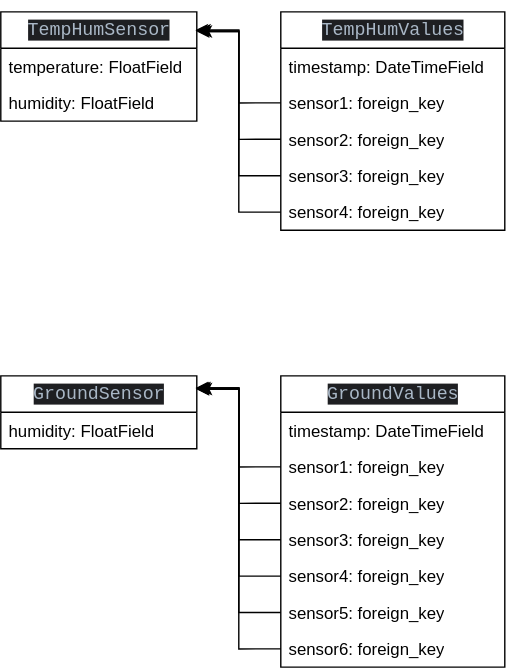
DmitrovskyTeam/clever_farm keeps this draw.io diagram as db_api/db_structure.svg. Above is the earlier version. Source tidied: cells renumbered, new cells last; positions are measured from the earlier drawing's top-left corner, leaving out a move shared by most shapes. The source it was exported from:
```xml
<mxGraphModel>
  <root>
    <mxCell id="0" />
    <mxCell id="1" parent="0" />
    <mxCell id="2" value="&lt;div style=&quot;background-color:#1e1f22;color:#a9b7c6;font-family:'JetBrains Mono',monospace;font-size:9.8pt;&quot;&gt;&lt;pre&gt;&lt;div style=&quot;font-family: &amp;quot;JetBrains Mono&amp;quot;, monospace; font-size: 9.8pt;&quot;&gt;&lt;pre&gt;TempHumSensor&lt;/pre&gt;&lt;/div&gt;&lt;/pre&gt;&lt;/div&gt;" style="swimlane;fontStyle=0;horizontal=1;startSize=26;fillColor=none;html=1;" parent="1" vertex="1">
      <mxGeometry width="140" height="78" as="geometry" />
    </mxCell>
    <mxCell id="3" value="temperature: FloatField" style="text;strokeColor=none;fillColor=none;align=left;verticalAlign=top;spacingLeft=4;spacingRight=4;overflow=hidden;whiteSpace=wrap;html=1;" parent="2" vertex="1">
      <mxGeometry y="26" width="140" height="26" as="geometry" />
    </mxCell>
    <mxCell id="4" value="humidity: FloatField" style="text;strokeColor=none;fillColor=none;align=left;verticalAlign=top;spacingLeft=4;spacingRight=4;overflow=hidden;whiteSpace=wrap;html=1;" parent="2" vertex="1">
      <mxGeometry y="52" width="140" height="26" as="geometry" />
    </mxCell>
    <mxCell id="5" value="&lt;div style=&quot;background-color:#1e1f22;color:#a9b7c6;font-family:'JetBrains Mono',monospace;font-size:9.8pt;&quot;&gt;&lt;pre&gt;TempHumValues&lt;/pre&gt;&lt;/div&gt;" style="swimlane;fontStyle=0;horizontal=1;startSize=26;fillColor=none;html=1;" parent="1" vertex="1">
      <mxGeometry x="200" width="160" height="156" as="geometry" />
    </mxCell>
    <mxCell id="6" value="timestamp: DateTimeField" style="text;strokeColor=none;fillColor=none;align=left;verticalAlign=top;spacingLeft=4;spacingRight=4;overflow=hidden;whiteSpace=wrap;html=1;" parent="5" vertex="1">
      <mxGeometry y="26" width="160" height="26" as="geometry" />
    </mxCell>
    <mxCell id="7" value="sensor1: foreign_key" style="text;strokeColor=none;fillColor=none;align=left;verticalAlign=top;spacingLeft=4;spacingRight=4;overflow=hidden;points=[[0,0.5],[1,0.5]];portConstraint=eastwest;whiteSpace=wrap;html=1;" parent="5" vertex="1">
      <mxGeometry y="52" width="160" height="26" as="geometry" />
    </mxCell>
    <mxCell id="8" value="sensor2: foreign_key" style="text;strokeColor=none;fillColor=none;align=left;verticalAlign=top;spacingLeft=4;spacingRight=4;overflow=hidden;points=[[0,0.5],[1,0.5]];portConstraint=eastwest;whiteSpace=wrap;html=1;" parent="5" vertex="1">
      <mxGeometry y="78" width="160" height="26" as="geometry" />
    </mxCell>
    <mxCell id="9" value="sensor3: foreign_key" style="text;strokeColor=none;fillColor=none;align=left;verticalAlign=top;spacingLeft=4;spacingRight=4;overflow=hidden;points=[[0,0.5],[1,0.5]];portConstraint=eastwest;whiteSpace=wrap;html=1;" parent="5" vertex="1">
      <mxGeometry y="104" width="160" height="26" as="geometry" />
    </mxCell>
    <mxCell id="10" value="sensor4: foreign_key" style="text;strokeColor=none;fillColor=none;align=left;verticalAlign=top;spacingLeft=4;spacingRight=4;overflow=hidden;points=[[0,0.5],[1,0.5]];portConstraint=eastwest;whiteSpace=wrap;html=1;" parent="5" vertex="1">
      <mxGeometry y="130" width="160" height="26" as="geometry" />
    </mxCell>
    <mxCell id="11" style="edgeStyle=orthogonalEdgeStyle;rounded=0;jettySize=auto;html=1;exitX=0;exitY=0.5;exitDx=0;exitDy=0;entryX=1.014;entryY=0.179;entryDx=0;entryDy=0;entryPerimeter=0;" parent="1" edge="1" source="7" target="2">
      <mxGeometry relative="1" as="geometry" />
    </mxCell>
    <mxCell id="12" style="edgeStyle=orthogonalEdgeStyle;rounded=0;jettySize=auto;html=1;exitX=0;exitY=0.5;exitDx=0;exitDy=0;entryX=1.007;entryY=0.167;entryDx=0;entryDy=0;entryPerimeter=0;" parent="1" edge="1" source="8" target="2">
      <mxGeometry relative="1" as="geometry" />
    </mxCell>
    <mxCell id="13" style="edgeStyle=orthogonalEdgeStyle;rounded=0;jettySize=auto;html=1;exitX=0;exitY=0.5;exitDx=0;exitDy=0;entryX=1;entryY=0.179;entryDx=0;entryDy=0;entryPerimeter=0;" parent="1" edge="1" source="9" target="2">
      <mxGeometry relative="1" as="geometry" />
    </mxCell>
    <mxCell id="14" style="edgeStyle=orthogonalEdgeStyle;rounded=0;jettySize=auto;html=1;exitX=0;exitY=0.5;exitDx=0;exitDy=0;entryX=0.993;entryY=0.167;entryDx=0;entryDy=0;entryPerimeter=0;" parent="1" edge="1" source="10" target="2">
      <mxGeometry relative="1" as="geometry" />
    </mxCell>
    <mxCell id="15" value="&lt;div style=&quot;background-color:#1e1f22;color:#a9b7c6;font-family:'JetBrains Mono',monospace;font-size:9.8pt;&quot;&gt;&lt;pre&gt;&lt;div style=&quot;font-family: &amp;quot;JetBrains Mono&amp;quot;, monospace; font-size: 9.8pt;&quot;&gt;&lt;pre&gt;&lt;div style=&quot;font-family: &amp;quot;JetBrains Mono&amp;quot;, monospace; font-size: 9.8pt;&quot;&gt;&lt;pre&gt;GroundSensor&lt;/pre&gt;&lt;/div&gt;&lt;/pre&gt;&lt;/div&gt;&lt;/pre&gt;&lt;/div&gt;" style="swimlane;fontStyle=0;horizontal=1;startSize=26;fillColor=none;html=1;" parent="1" vertex="1">
      <mxGeometry y="260" width="140" height="52" as="geometry" />
    </mxCell>
    <mxCell id="16" value="humidity: FloatField" style="text;strokeColor=none;fillColor=none;align=left;verticalAlign=top;spacingLeft=4;spacingRight=4;overflow=hidden;whiteSpace=wrap;html=1;" parent="15" vertex="1">
      <mxGeometry y="26" width="140" height="26" as="geometry" />
    </mxCell>
    <mxCell id="17" value="&lt;div style=&quot;background-color:#1e1f22;color:#a9b7c6;font-family:'JetBrains Mono',monospace;font-size:9.8pt;&quot;&gt;&lt;pre&gt;&lt;div style=&quot;font-family: &amp;quot;JetBrains Mono&amp;quot;, monospace; font-size: 9.8pt;&quot;&gt;&lt;pre&gt;GroundValues&lt;/pre&gt;&lt;/div&gt;&lt;/pre&gt;&lt;/div&gt;" style="swimlane;fontStyle=0;horizontal=1;startSize=26;fillColor=none;html=1;" parent="1" vertex="1">
      <mxGeometry x="200" y="260" width="160" height="208" as="geometry" />
    </mxCell>
    <mxCell id="18" value="timestamp: DateTimeField" style="text;strokeColor=none;fillColor=none;align=left;verticalAlign=top;spacingLeft=4;spacingRight=4;overflow=hidden;whiteSpace=wrap;html=1;" parent="17" vertex="1">
      <mxGeometry y="26" width="160" height="26" as="geometry" />
    </mxCell>
    <mxCell id="19" value="sensor1: foreign_key" style="text;strokeColor=none;fillColor=none;align=left;verticalAlign=top;spacingLeft=4;spacingRight=4;overflow=hidden;points=[[0,0.5],[1,0.5]];portConstraint=eastwest;whiteSpace=wrap;html=1;" parent="17" vertex="1">
      <mxGeometry y="52" width="160" height="26" as="geometry" />
    </mxCell>
    <mxCell id="20" value="sensor2: foreign_key" style="text;strokeColor=none;fillColor=none;align=left;verticalAlign=top;spacingLeft=4;spacingRight=4;overflow=hidden;points=[[0,0.5],[1,0.5]];portConstraint=eastwest;whiteSpace=wrap;html=1;" parent="17" vertex="1">
      <mxGeometry y="78" width="160" height="26" as="geometry" />
    </mxCell>
    <mxCell id="21" value="sensor3: foreign_key" style="text;strokeColor=none;fillColor=none;align=left;verticalAlign=top;spacingLeft=4;spacingRight=4;overflow=hidden;points=[[0,0.5],[1,0.5]];portConstraint=eastwest;whiteSpace=wrap;html=1;" parent="17" vertex="1">
      <mxGeometry y="104" width="160" height="26" as="geometry" />
    </mxCell>
    <mxCell id="22" value="sensor4: foreign_key" style="text;strokeColor=none;fillColor=none;align=left;verticalAlign=top;spacingLeft=4;spacingRight=4;overflow=hidden;points=[[0,0.5],[1,0.5]];portConstraint=eastwest;whiteSpace=wrap;html=1;" parent="17" vertex="1">
      <mxGeometry y="130" width="160" height="26" as="geometry" />
    </mxCell>
    <mxCell id="23" value="sensor5: foreign_key" style="text;strokeColor=none;fillColor=none;align=left;verticalAlign=top;spacingLeft=4;spacingRight=4;overflow=hidden;points=[[0,0.5],[1,0.5]];portConstraint=eastwest;whiteSpace=wrap;html=1;" parent="17" vertex="1">
      <mxGeometry y="156" width="160" height="26" as="geometry" />
    </mxCell>
    <mxCell id="24" value="sensor6: foreign_key" style="text;strokeColor=none;fillColor=none;align=left;verticalAlign=top;spacingLeft=4;spacingRight=4;overflow=hidden;points=[[0,0.5],[1,0.5]];portConstraint=eastwest;whiteSpace=wrap;html=1;" parent="17" vertex="1">
      <mxGeometry y="182" width="160" height="26" as="geometry" />
    </mxCell>
    <mxCell id="25" style="edgeStyle=orthogonalEdgeStyle;rounded=0;jettySize=auto;html=1;exitX=0;exitY=0.5;exitDx=0;exitDy=0;entryX=1.014;entryY=0.179;entryDx=0;entryDy=0;entryPerimeter=0;" parent="1" edge="1" source="19" target="15">
      <mxGeometry relative="1" as="geometry" />
    </mxCell>
    <mxCell id="26" style="edgeStyle=orthogonalEdgeStyle;rounded=0;jettySize=auto;html=1;exitX=0;exitY=0.5;exitDx=0;exitDy=0;entryX=1.007;entryY=0.167;entryDx=0;entryDy=0;entryPerimeter=0;" parent="1" edge="1" source="20" target="15">
      <mxGeometry relative="1" as="geometry" />
    </mxCell>
    <mxCell id="27" style="edgeStyle=orthogonalEdgeStyle;rounded=0;jettySize=auto;html=1;exitX=0;exitY=0.5;exitDx=0;exitDy=0;entryX=1;entryY=0.179;entryDx=0;entryDy=0;entryPerimeter=0;" parent="1" edge="1" source="21" target="15">
      <mxGeometry relative="1" as="geometry" />
    </mxCell>
    <mxCell id="28" style="edgeStyle=orthogonalEdgeStyle;rounded=0;jettySize=auto;html=1;exitX=0;exitY=0.5;exitDx=0;exitDy=0;entryX=0.993;entryY=0.167;entryDx=0;entryDy=0;entryPerimeter=0;" parent="1" edge="1" source="22" target="15">
      <mxGeometry relative="1" as="geometry" />
    </mxCell>
    <mxCell id="29" style="edgeStyle=orthogonalEdgeStyle;rounded=0;jettySize=auto;html=1;exitX=0;exitY=0.5;exitDx=0;exitDy=0;entryX=0.998;entryY=0.184;entryDx=0;entryDy=0;entryPerimeter=0;" parent="1" edge="1" source="23" target="15">
      <mxGeometry relative="1" as="geometry" />
    </mxCell>
    <mxCell id="30" style="edgeStyle=orthogonalEdgeStyle;rounded=0;jettySize=auto;html=1;exitX=0;exitY=0.5;exitDx=0;exitDy=0;entryX=0.998;entryY=0.168;entryDx=0;entryDy=0;entryPerimeter=0;" parent="1" edge="1" source="24" target="15">
      <mxGeometry relative="1" as="geometry" />
    </mxCell>
  </root>
</mxGraphModel>
```
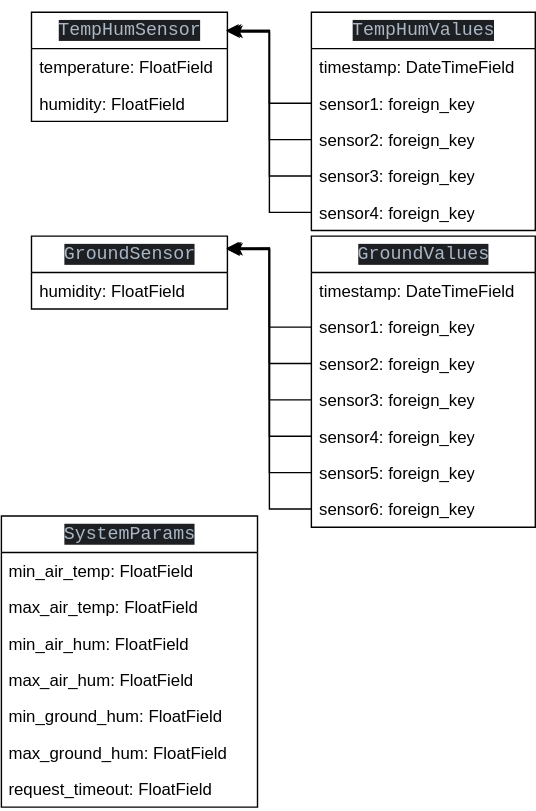
After the commit.

The edit, as a diff of the source:
```diff
@@ -3,7 +3,7 @@
     <mxCell id="0" />
     <mxCell id="1" parent="0" />
     <mxCell id="2" value="&lt;div style=&quot;background-color:#1e1f22;color:#a9b7c6;font-family:'JetBrains Mono',monospace;font-size:9.8pt;&quot;&gt;&lt;pre&gt;&lt;div style=&quot;font-family: &amp;quot;JetBrains Mono&amp;quot;, monospace; font-size: 9.8pt;&quot;&gt;&lt;pre&gt;TempHumSensor&lt;/pre&gt;&lt;/div&gt;&lt;/pre&gt;&lt;/div&gt;" style="swimlane;fontStyle=0;horizontal=1;startSize=26;fillColor=none;html=1;" parent="1" vertex="1">
-      <mxGeometry width="140" height="78" as="geometry" />
+      <mxGeometry y="-50" width="140" height="78" as="geometry" />
     </mxCell>
     <mxCell id="3" value="temperature: FloatField" style="text;strokeColor=none;fillColor=none;align=left;verticalAlign=top;spacingLeft=4;spacingRight=4;overflow=hidden;whiteSpace=wrap;html=1;" parent="2" vertex="1">
       <mxGeometry y="26" width="140" height="26" as="geometry" />
@@ -12,7 +12,7 @@
       <mxGeometry y="52" width="140" height="26" as="geometry" />
     </mxCell>
     <mxCell id="5" value="&lt;div style=&quot;background-color:#1e1f22;color:#a9b7c6;font-family:'JetBrains Mono',monospace;font-size:9.8pt;&quot;&gt;&lt;pre&gt;TempHumValues&lt;/pre&gt;&lt;/div&gt;" style="swimlane;fontStyle=0;horizontal=1;startSize=26;fillColor=none;html=1;" parent="1" vertex="1">
-      <mxGeometry x="200" width="160" height="156" as="geometry" />
+      <mxGeometry x="200" y="-50" width="160" height="156" as="geometry" />
     </mxCell>
     <mxCell id="6" value="timestamp: DateTimeField" style="text;strokeColor=none;fillColor=none;align=left;verticalAlign=top;spacingLeft=4;spacingRight=4;overflow=hidden;whiteSpace=wrap;html=1;" parent="5" vertex="1">
       <mxGeometry y="26" width="160" height="26" as="geometry" />
@@ -42,13 +42,13 @@
       <mxGeometry relative="1" as="geometry" />
     </mxCell>
     <mxCell id="15" value="&lt;div style=&quot;background-color:#1e1f22;color:#a9b7c6;font-family:'JetBrains Mono',monospace;font-size:9.8pt;&quot;&gt;&lt;pre&gt;&lt;div style=&quot;font-family: &amp;quot;JetBrains Mono&amp;quot;, monospace; font-size: 9.8pt;&quot;&gt;&lt;pre&gt;&lt;div style=&quot;font-family: &amp;quot;JetBrains Mono&amp;quot;, monospace; font-size: 9.8pt;&quot;&gt;&lt;pre&gt;GroundSensor&lt;/pre&gt;&lt;/div&gt;&lt;/pre&gt;&lt;/div&gt;&lt;/pre&gt;&lt;/div&gt;" style="swimlane;fontStyle=0;horizontal=1;startSize=26;fillColor=none;html=1;" parent="1" vertex="1">
-      <mxGeometry y="260" width="140" height="52" as="geometry" />
+      <mxGeometry y="110" width="140" height="52" as="geometry" />
     </mxCell>
     <mxCell id="16" value="humidity: FloatField" style="text;strokeColor=none;fillColor=none;align=left;verticalAlign=top;spacingLeft=4;spacingRight=4;overflow=hidden;whiteSpace=wrap;html=1;" parent="15" vertex="1">
       <mxGeometry y="26" width="140" height="26" as="geometry" />
     </mxCell>
     <mxCell id="17" value="&lt;div style=&quot;background-color:#1e1f22;color:#a9b7c6;font-family:'JetBrains Mono',monospace;font-size:9.8pt;&quot;&gt;&lt;pre&gt;&lt;div style=&quot;font-family: &amp;quot;JetBrains Mono&amp;quot;, monospace; font-size: 9.8pt;&quot;&gt;&lt;pre&gt;GroundValues&lt;/pre&gt;&lt;/div&gt;&lt;/pre&gt;&lt;/div&gt;" style="swimlane;fontStyle=0;horizontal=1;startSize=26;fillColor=none;html=1;" parent="1" vertex="1">
-      <mxGeometry x="200" y="260" width="160" height="208" as="geometry" />
+      <mxGeometry x="200" y="110" width="160" height="208" as="geometry" />
     </mxCell>
     <mxCell id="18" value="timestamp: DateTimeField" style="text;strokeColor=none;fillColor=none;align=left;verticalAlign=top;spacingLeft=4;spacingRight=4;overflow=hidden;whiteSpace=wrap;html=1;" parent="17" vertex="1">
       <mxGeometry y="26" width="160" height="26" as="geometry" />
@@ -89,5 +89,29 @@
     <mxCell id="30" style="edgeStyle=orthogonalEdgeStyle;rounded=0;jettySize=auto;html=1;exitX=0;exitY=0.5;exitDx=0;exitDy=0;entryX=0.998;entryY=0.168;entryDx=0;entryDy=0;entryPerimeter=0;" parent="1" edge="1" source="24" target="15">
       <mxGeometry relative="1" as="geometry" />
     </mxCell>
+    <mxCell id="31" value="&lt;div style=&quot;background-color:#1e1f22;color:#a9b7c6;font-family:'JetBrains Mono',monospace;font-size:9.8pt;&quot;&gt;&lt;pre&gt;&lt;div style=&quot;font-family: &amp;quot;JetBrains Mono&amp;quot;, monospace; font-size: 9.8pt;&quot;&gt;&lt;pre&gt;&lt;div style=&quot;font-family: &amp;quot;JetBrains Mono&amp;quot;, monospace; font-size: 9.8pt;&quot;&gt;&lt;pre&gt;SystemParams&lt;/pre&gt;&lt;/div&gt;&lt;/pre&gt;&lt;/div&gt;&lt;/pre&gt;&lt;/div&gt;" style="swimlane;fontStyle=0;horizontal=1;startSize=26;fillColor=none;html=1;" parent="1" vertex="1">
+      <mxGeometry x="-21.5" y="310" width="183" height="208" as="geometry" />
+    </mxCell>
+    <mxCell id="32" value="min_air_temp: FloatField" style="text;strokeColor=none;fillColor=none;align=left;verticalAlign=top;spacingLeft=4;spacingRight=4;overflow=hidden;whiteSpace=wrap;html=1;" parent="31" vertex="1">
+      <mxGeometry y="26" width="183" height="26" as="geometry" />
+    </mxCell>
+    <mxCell id="33" value="max_air_temp: FloatField" style="text;strokeColor=none;fillColor=none;align=left;verticalAlign=top;spacingLeft=4;spacingRight=4;overflow=hidden;whiteSpace=wrap;html=1;" parent="31" vertex="1">
+      <mxGeometry y="52" width="183" height="26" as="geometry" />
+    </mxCell>
+    <mxCell id="34" value="min_air_hum: FloatField" style="text;strokeColor=none;fillColor=none;align=left;verticalAlign=top;spacingLeft=4;spacingRight=4;overflow=hidden;whiteSpace=wrap;html=1;" parent="31" vertex="1">
+      <mxGeometry y="78" width="183" height="26" as="geometry" />
+    </mxCell>
+    <mxCell id="35" value="max_air_hum: FloatField" style="text;strokeColor=none;fillColor=none;align=left;verticalAlign=top;spacingLeft=4;spacingRight=4;overflow=hidden;whiteSpace=wrap;html=1;" parent="31" vertex="1">
+      <mxGeometry y="104" width="183" height="26" as="geometry" />
+    </mxCell>
+    <mxCell id="36" value="min_ground_hum: FloatField" style="text;strokeColor=none;fillColor=none;align=left;verticalAlign=top;spacingLeft=4;spacingRight=4;overflow=hidden;whiteSpace=wrap;html=1;" parent="31" vertex="1">
+      <mxGeometry y="130" width="183" height="26" as="geometry" />
+    </mxCell>
+    <mxCell id="37" value="max_ground_hum: FloatField" style="text;strokeColor=none;fillColor=none;align=left;verticalAlign=top;spacingLeft=4;spacingRight=4;overflow=hidden;whiteSpace=wrap;html=1;" parent="31" vertex="1">
+      <mxGeometry y="156" width="183" height="26" as="geometry" />
+    </mxCell>
+    <mxCell id="38" value="request_timeout: FloatField" style="text;strokeColor=none;fillColor=none;align=left;verticalAlign=top;spacingLeft=4;spacingRight=4;overflow=hidden;whiteSpace=wrap;html=1;" parent="31" vertex="1">
+      <mxGeometry y="182" width="183" height="26" as="geometry" />
+    </mxCell>
   </root>
 </mxGraphModel>
```
